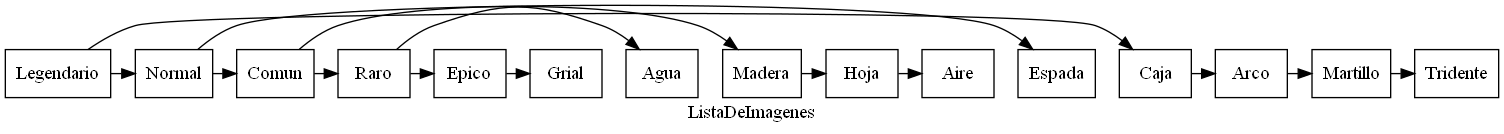
Above: Pruebas Cpp/Pruebas.png in EdgarAlvarez-ROL/-EDD_2S-BatallaNaval_202001144 (Graphviz), before the change. Its source is kept beside it as Pruebas Cpp/Pruebas.dot. Its diagram source:
```dot
digraph G {
label="ListaDeImagenes";
node [shape=box];
N1[label="Legendario"];
C1[label="Caja"];
C6[label="Arco"];
C7[label="Martillo"];
C8[label="Tridente"];
N2[label="Normal"];
C2[label="Espada"];
N3[label="Comun"];
C9[label="Madera"];
C3[label="Hoja"];
C10[label="Aire"];
N4[label="Raro"];
C4[label="Agua"];
N5[label="Epico"];
C5[label="Grial"];
{rank=same;
N1->N2->N3->N4->N5
N1->C1->C6->C7->C8
N2->C2
N3->C9->C3->C10
N4->C4
N5->C5

}
}
```
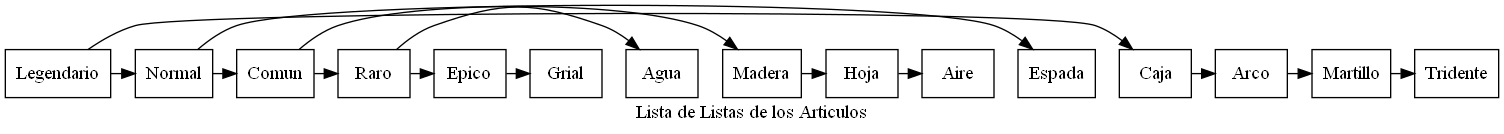
The same file after the commit.

Commit message:
usuarios lista

Diff of the diagram source:
```diff
@@ -1,5 +1,5 @@
 digraph G {
-label="ListaDeImagenes";
+label="Lista de Listas de los Articulos";
 node [shape=box];
 N1[label="Legendario"];
 C1[label="Caja"];
```
